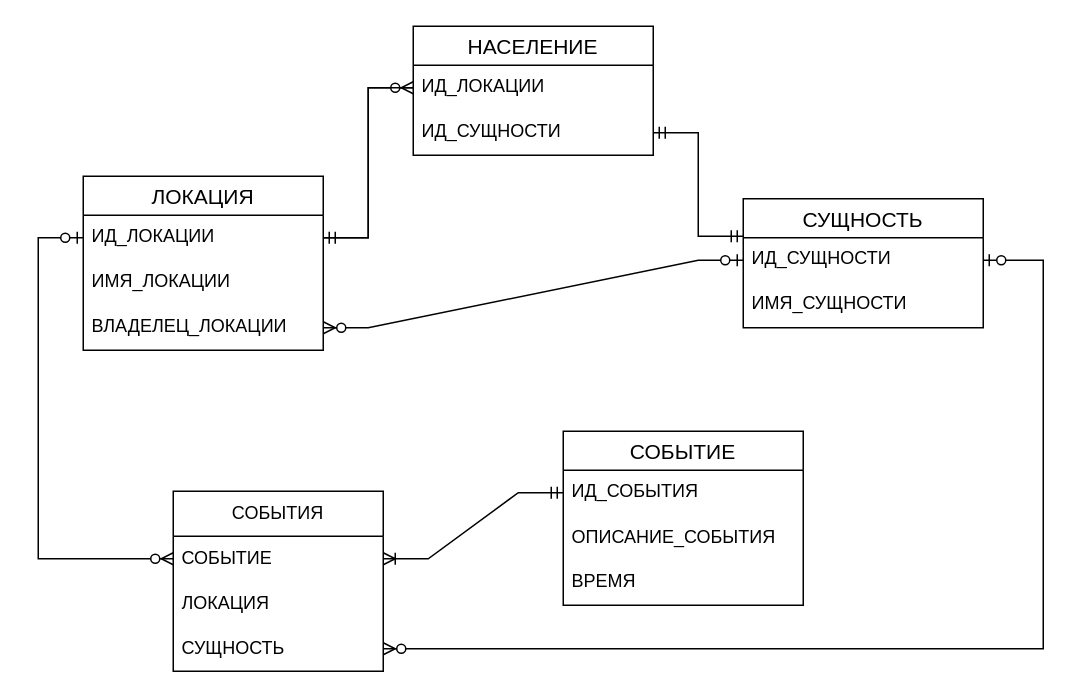
Above: bd1.drawio in Zerumi/bd1_180223_367837 (draw.io), before the change. Source tidied: cells renumbered, new cells numbered last; positions are measured from the earlier drawing's top-left corner, leaving out a move shared by most shapes. Both pictures are drawn from the tidied source at 150%, with x=0, y=0 at pixel (38, 26).
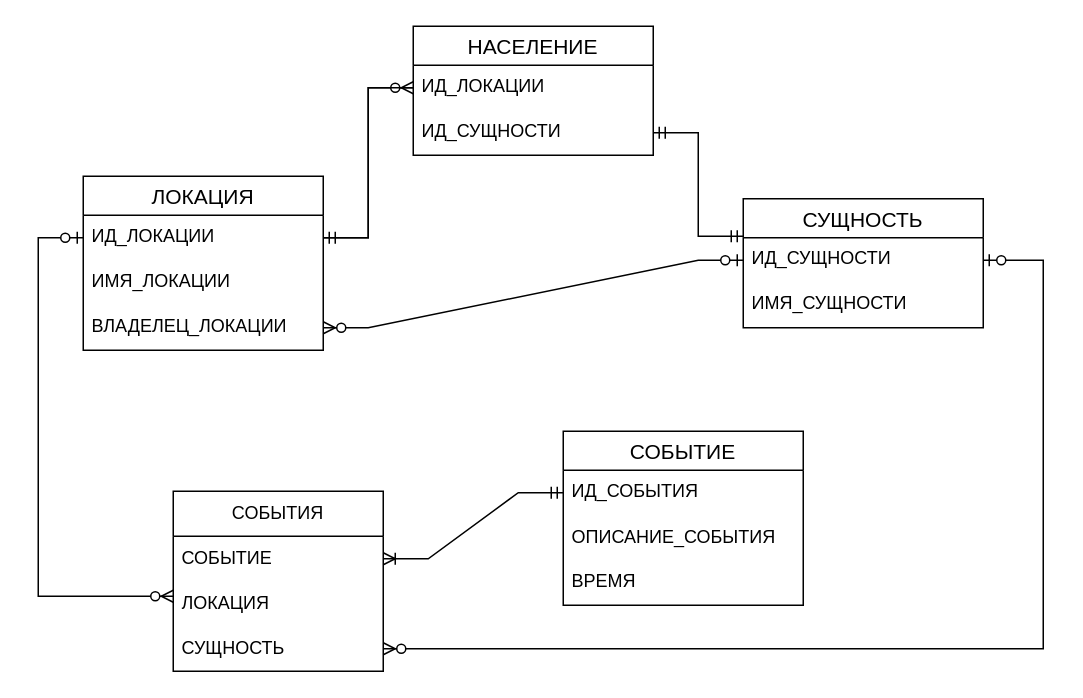
The same diagram, later.

Commit message:
infological model finished

The change refers to these unchanged cells:
```xml
<mxCell id="3" value="ИД_ЛОКАЦИИ" style="text;strokeColor=none;fillColor=none;spacingLeft=4;spacingRight=4;overflow=hidden;points=[[0,0.5],[1,0.5]];portConstraint=eastwest;fontSize=12;" parent="2" vertex="1">
  <mxGeometry y="26" width="160" height="30" as="geometry" />
</mxCell>
<mxCell id="17" value="СОБЫТИЕ" style="text;strokeColor=none;fillColor=none;align=left;verticalAlign=middle;spacingLeft=4;spacingRight=4;overflow=hidden;points=[[0,0.5],[1,0.5]];portConstraint=eastwest;whiteSpace=wrap;html=1;" parent="16" vertex="1">
  <mxGeometry y="30" width="140" height="30" as="geometry" />
</mxCell>
<mxCell id="18" value="ЛОКАЦИЯ" style="text;strokeColor=none;fillColor=none;align=left;verticalAlign=middle;spacingLeft=4;spacingRight=4;overflow=hidden;points=[[0,0.5],[1,0.5]];portConstraint=eastwest;whiteSpace=wrap;html=1;" parent="16" vertex="1">
  <mxGeometry y="60" width="140" height="30" as="geometry" />
</mxCell>
```

Change to the diagram source:
```diff
@@
-    <mxCell id="26" style="edgeStyle=orthogonalEdgeStyle;fontSize=12;html=1;endArrow=ERzeroToMany;startArrow=ERzeroToOne;rounded=0;exitX=0;exitY=0.5;exitDx=0;exitDy=0;" parent="1" edge="1" source="3" target="17">
+    <mxCell id="26" style="edgeStyle=orthogonalEdgeStyle;fontSize=12;html=1;endArrow=ERzeroToMany;startArrow=ERzeroToOne;rounded=0;exitX=0;exitY=0.5;exitDx=0;exitDy=0;" parent="1" edge="1" source="3" target="18">
       <mxGeometry relative="1" as="geometry">
         <Array as="points">
           <mxPoint y="141" />
-          <mxPoint y="355" />
+          <mxPoint y="380" />
         </Array>
       </mxGeometry>
     </mxCell>
```
